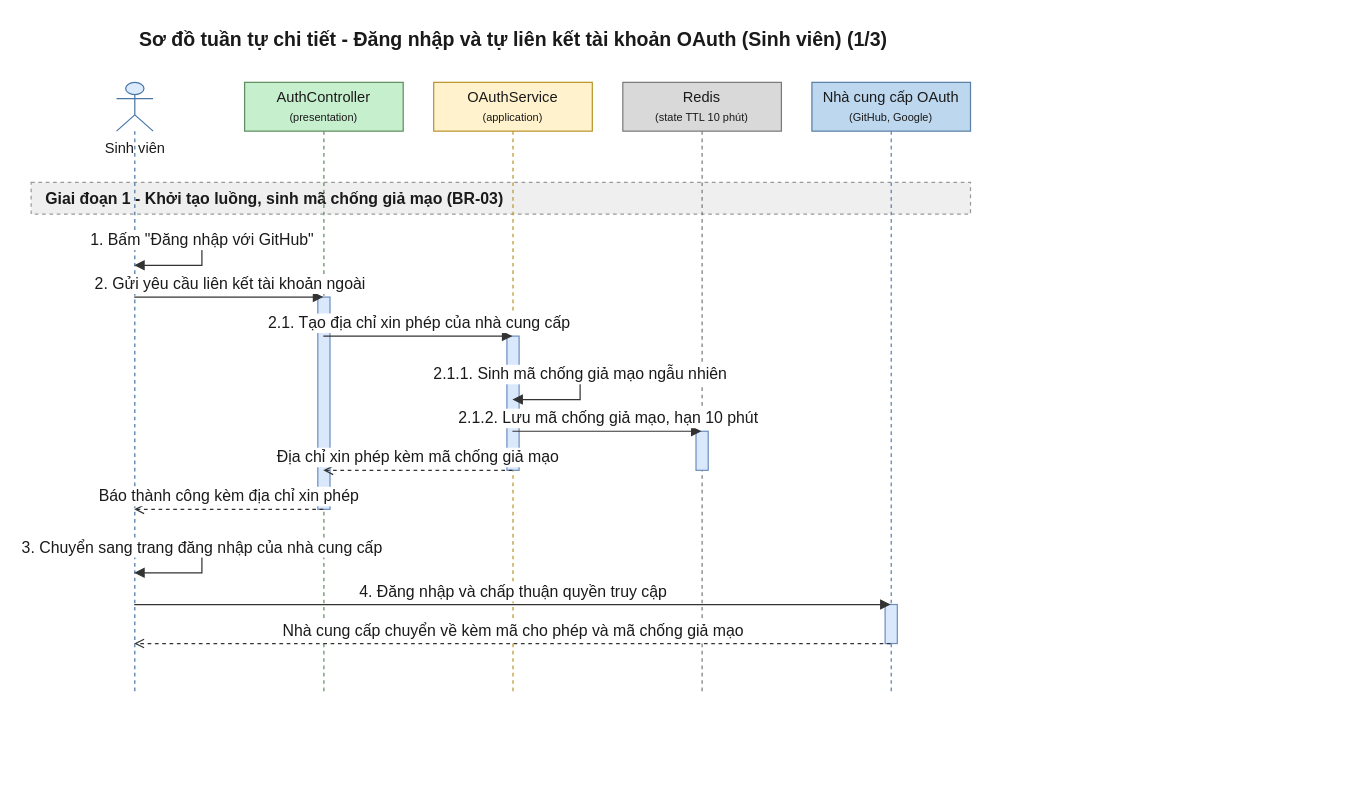
daiphu1801/PRJ_ALGOPREP keeps this draw.io diagram as 08-diagram/sequence/user/sequence_user_lien_ket_oauth_p1.drawio. Above is the earlier version. Source tidied: cells renumbered, new cells numbered last; positions are measured from the earlier drawing's top-left corner, leaving out a move shared by most shapes. Both pictures are drawn from the tidied source at 122%, with x=0, y=0 at pixel (30, 21).
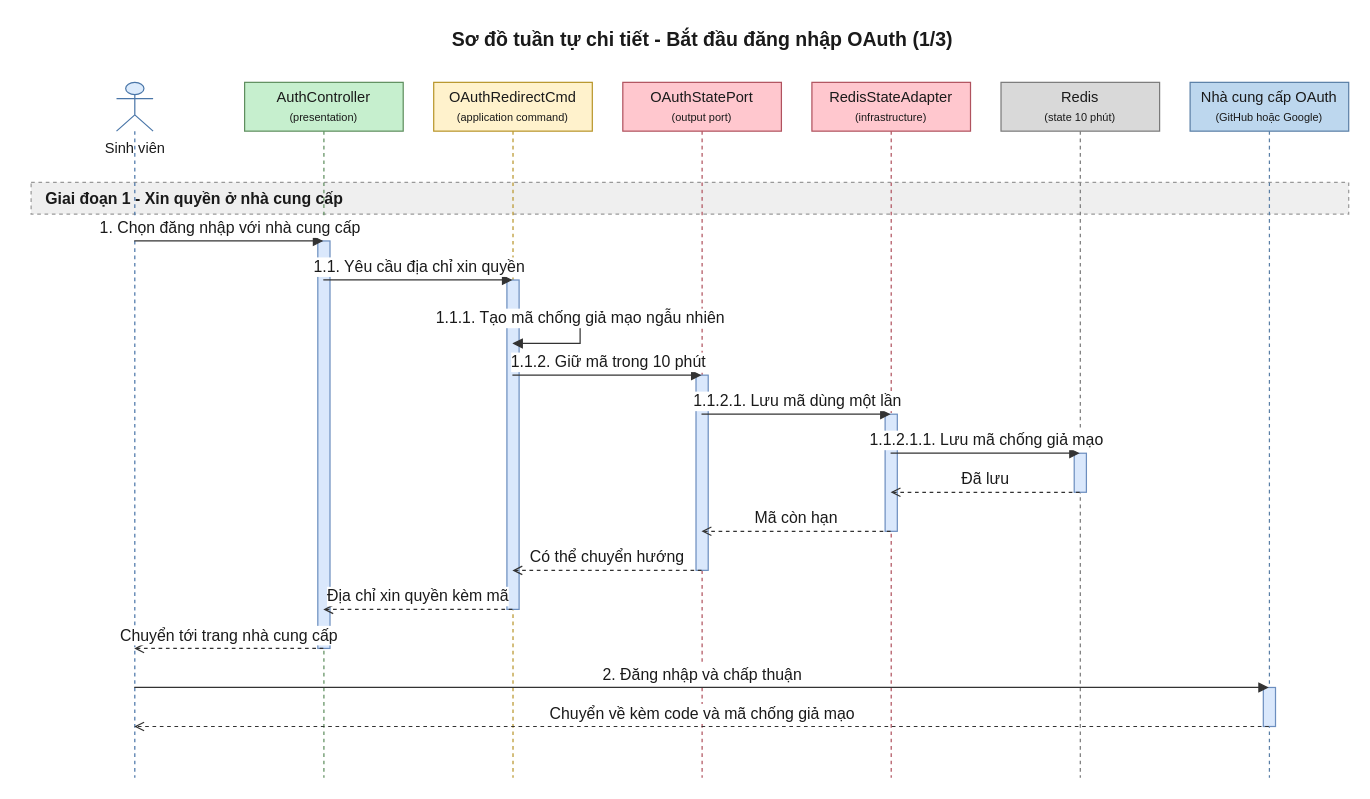
The same page after the edit.

Diff of the diagram source:
```diff
@@
-    <mxCell id="2" value="Sơ đồ tuần tự chi tiết - Đăng nhập và tự liên kết tài khoản OAuth (Sinh viên) (1/3)" style="text;html=1;fontSize=16;fontStyle=1;align=center;verticalAlign=middle;fontColor=#1A1A1A;" parent="1" vertex="1">
-      <mxGeometry x="20" width="750" height="30" as="geometry" />
+    <mxCell id="2" value="Sơ đồ tuần tự chi tiết - Bắt đầu đăng nhập OAuth (1/3)" style="text;html=1;fontSize=16;fontStyle=1;align=center;verticalAlign=middle;fontColor=#1A1A1A;" parent="1" vertex="1">
+      <mxGeometry x="20" width="1060" height="30" as="geometry" />
     </mxCell>
-    <mxCell id="3" value="Giai đoạn 1 - Khởi tạo luồng, sinh mã chống giả mạo (BR-03)" style="algoprep=phase;rounded=0;whiteSpace=wrap;html=1;fillColor=#EFEFEF;strokeColor=#999999;dashed=1;align=left;verticalAlign=middle;spacingLeft=10;fontColor=#1A1A1A;fontSize=13;fontStyle=1;" parent="1" vertex="1">
-      <mxGeometry y="132" width="770" height="26" as="geometry" />
+    <mxCell id="3" value="Giai đoạn 1 - Xin quyền ở nhà cung cấp" style="algoprep=phase;rounded=0;whiteSpace=wrap;html=1;fillColor=#EFEFEF;strokeColor=#999999;dashed=1;align=left;verticalAlign=middle;spacingLeft=10;fontColor=#1A1A1A;fontSize=13;fontStyle=1;" parent="1" vertex="1">
+      <mxGeometry y="132" width="1080" height="26" as="geometry" />
     </mxCell>
     <mxCell id="4" value="Sinh viên" style="shape=umlLifeline;participant=umlActor;perimeter=lifelinePerimeter;html=1;outlineConnect=0;size=40;verticalAlign=top;spacingTop=40;fillColor=#DCEBFC;strokeColor=#4A76A8;fontColor=#1A1A1A;" parent="1" vertex="1">
-      <mxGeometry x="70" y="50" width="30" height="502" as="geometry" />
+      <mxGeometry x="70" y="50" width="30" height="570" as="geometry" />
     </mxCell>
     <mxCell id="5" value="AuthController&lt;br&gt;&lt;font style=&quot;font-size:9px&quot;&gt;(presentation)&lt;/font&gt;" style="shape=umlLifeline;perimeter=lifelinePerimeter;whiteSpace=wrap;html=1;outlineConnect=0;size=40;fillColor=#C6EFCE;strokeColor=#5E8E5E;fontColor=#1A1A1A;" parent="1" vertex="1">
-      <mxGeometry x="175" y="50" width="130" height="502" as="geometry" />
+      <mxGeometry x="175" y="50" width="130" height="570" as="geometry" />
     </mxCell>
-    <mxCell id="6" value="OAuthService&lt;br&gt;&lt;font style=&quot;font-size:9px&quot;&gt;(application)&lt;/font&gt;" style="shape=umlLifeline;perimeter=lifelinePerimeter;whiteSpace=wrap;html=1;outlineConnect=0;size=40;fillColor=#FFF2CC;strokeColor=#B8952A;fontColor=#1A1A1A;" parent="1" vertex="1">
-      <mxGeometry x="330" y="50" width="130" height="502" as="geometry" />
+    <mxCell id="6" value="OAuthRedirectCmd&lt;br&gt;&lt;font style=&quot;font-size:9px&quot;&gt;(application command)&lt;/font&gt;" style="shape=umlLifeline;perimeter=lifelinePerimeter;whiteSpace=wrap;html=1;outlineConnect=0;size=40;fillColor=#FFF2CC;strokeColor=#B8952A;fontColor=#1A1A1A;" parent="1" vertex="1">
+      <mxGeometry x="330" y="50" width="130" height="570" as="geometry" />
     </mxCell>
-    <mxCell id="7" value="Redis&lt;br&gt;&lt;font style=&quot;font-size:9px&quot;&gt;(state TTL 10 phút)&lt;/font&gt;" style="shape=umlLifeline;perimeter=lifelinePerimeter;whiteSpace=wrap;html=1;outlineConnect=0;size=40;fillColor=#D9D9D9;strokeColor=#7A7A7A;fontColor=#1A1A1A;" parent="1" vertex="1">
-      <mxGeometry x="485" y="50" width="130" height="502" as="geometry" />
+    <mxCell id="7" value="OAuthStatePort&lt;br&gt;&lt;font style=&quot;font-size:9px&quot;&gt;(output port)&lt;/font&gt;" style="shape=umlLifeline;perimeter=lifelinePerimeter;whiteSpace=wrap;html=1;outlineConnect=0;size=40;fillColor=#FFC7CE;strokeColor=#B0525E;fontColor=#1A1A1A;" parent="1" vertex="1">
+      <mxGeometry x="485" y="50" width="130" height="570" as="geometry" />
     </mxCell>
-    <mxCell id="8" value="Nhà cung cấp OAuth&lt;br&gt;&lt;font style=&quot;font-size:9px&quot;&gt;(GitHub, Google)&lt;/font&gt;" style="shape=umlLifeline;perimeter=lifelinePerimeter;whiteSpace=wrap;html=1;outlineConnect=0;size=40;fillColor=#BDD7EE;strokeColor=#5A7FA6;fontColor=#1A1A1A;" parent="1" vertex="1">
-      <mxGeometry x="640" y="50" width="130" height="502" as="geometry" />
+    <mxCell id="8" value="RedisStateAdapter&lt;br&gt;&lt;font style=&quot;font-size:9px&quot;&gt;(infrastructure)&lt;/font&gt;" style="shape=umlLifeline;perimeter=lifelinePerimeter;whiteSpace=wrap;html=1;outlineConnect=0;size=40;fillColor=#FFC7CE;strokeColor=#B0525E;fontColor=#1A1A1A;" parent="1" vertex="1">
+      <mxGeometry x="640" y="50" width="130" height="570" as="geometry" />
     </mxCell>
-    <mxCell id="9" style="html=1;points=[[0,0,0,0,0],[0,1,0,0,0],[1,0,0,0,0],[1,1,0,0,0]];perimeter=orthogonalPerimeter;outlineConnect=0;targetShapes=umlLifeline;fillColor=#DAE8FC;strokeColor=#6C8EBF;" parent="7" vertex="1">
-      <mxGeometry x="60" y="286" width="10" height="32" as="geometry" />
+    <mxCell id="9" value="Redis&lt;br&gt;&lt;font style=&quot;font-size:9px&quot;&gt;(state 10 phút)&lt;/font&gt;" style="shape=umlLifeline;perimeter=lifelinePerimeter;whiteSpace=wrap;html=1;outlineConnect=0;size=40;fillColor=#D9D9D9;strokeColor=#7A7A7A;fontColor=#1A1A1A;" parent="1" vertex="1">
+      <mxGeometry x="795" y="50" width="130" height="570" as="geometry" />
     </mxCell>
-    <mxCell id="10" style="html=1;points=[[0,0,0,0,0],[0,1,0,0,0],[1,0,0,0,0],[1,1,0,0,0]];perimeter=orthogonalPerimeter;outlineConnect=0;targetShapes=umlLifeline;fillColor=#DAE8FC;strokeColor=#6C8EBF;" parent="6" vertex="1">
-      <mxGeometry x="60" y="208" width="10" height="110" as="geometry" />
+    <mxCell id="10" value="Nhà cung cấp OAuth&lt;br&gt;&lt;font style=&quot;font-size:9px&quot;&gt;(GitHub hoặc Google)&lt;/font&gt;" style="shape=umlLifeline;perimeter=lifelinePerimeter;whiteSpace=wrap;html=1;outlineConnect=0;size=40;fillColor=#BDD7EE;strokeColor=#5A7FA6;fontColor=#1A1A1A;" parent="1" vertex="1">
+      <mxGeometry x="950" y="50" width="130" height="570" as="geometry" />
     </mxCell>
-    <mxCell id="11" style="html=1;perimeter=orthogonalPerimeter;targetShapes=umlLifeline;fillColor=#DAE8FC;strokeColor=#6C8EBF;" parent="5" vertex="1">
-      <mxGeometry x="60" y="176" width="10" height="174" as="geometry" />
+    <mxCell id="11" style="html=1;perimeter=orthogonalPerimeter;targetShapes=umlLifeline;fillColor=#DAE8FC;strokeColor=#6C8EBF;" parent="9" vertex="1">
+      <mxGeometry x="60" y="304" width="10" height="32" as="geometry" />
     </mxCell>
     <mxCell id="12" style="html=1;perimeter=orthogonalPerimeter;targetShapes=umlLifeline;fillColor=#DAE8FC;strokeColor=#6C8EBF;" parent="8" vertex="1">
-      <mxGeometry x="60" y="428" width="10" height="32" as="geometry" />
+      <mxGeometry x="60" y="272" width="10" height="96" as="geometry" />
     </mxCell>
-    <mxCell id="13" value="1. Bấm &quot;Đăng nhập với GitHub&quot;" style="edgeStyle=orthogonalEdgeStyle;rounded=0;html=1;endArrow=block;endFill=1;strokeColor=#333333;fontColor=#1A1A1A;fontSize=13;verticalAlign=bottom;exitX=0.5;exitY=0.2590;exitDx=0;exitDy=0;entryX=0.5;entryY=0.2988;entryDx=0;entryDy=0;" parent="1" edge="1" source="4" target="4">
-      <mxGeometry relative="1" as="geometry">
-        <Array as="points">
-          <mxPoint x="140" y="180" />
-          <mxPoint x="140" y="200" />
-        </Array>
-      </mxGeometry>
-    </mxCell>
-    <mxCell id="14" value="2. Gửi yêu cầu liên kết tài khoản ngoài" style="edgeStyle=none;html=1;endArrow=block;endFill=1;strokeColor=#333333;fontColor=#1A1A1A;fontSize=13;verticalAlign=bottom;exitX=0.5;exitY=0.3506;exitDx=0;exitDy=0;entryX=0.5;entryY=0.3506;entryDx=0;entryDy=0;" parent="1" edge="1" source="4" target="5">
-      <mxGeometry relative="1" as="geometry" />
-    </mxCell>
-    <mxCell id="15" value="2.1. Tạo địa chỉ xin phép của nhà cung cấp" style="edgeStyle=none;html=1;endArrow=block;endFill=1;strokeColor=#333333;fontColor=#1A1A1A;fontSize=13;verticalAlign=bottom;exitX=0.5;exitY=0.4143;exitDx=0;exitDy=0;entryX=0.5;entryY=0.4143;entryDx=0;entryDy=0;" parent="1" edge="1" source="5" target="6">
-      <mxGeometry relative="1" as="geometry" />
-    </mxCell>
-    <mxCell id="16" value="2.1.1. Sinh mã chống giả mạo ngẫu nhiên" style="edgeStyle=orthogonalEdgeStyle;rounded=0;html=1;endArrow=block;endFill=1;strokeColor=#333333;fontColor=#1A1A1A;fontSize=13;verticalAlign=bottom;exitX=0.5;exitY=0.4781;exitDx=0;exitDy=0;entryX=0.5;entryY=0.5179;entryDx=0;entryDy=0;" parent="1" edge="1" source="6" target="6">
-      <mxGeometry relative="1" as="geometry">
-        <Array as="points">
-          <mxPoint x="450" y="290" />
-          <mxPoint x="450" y="310" />
-        </Array>
-      </mxGeometry>
-    </mxCell>
+    <mxCell id="23" style="html=1;perimeter=orthogonalPerimeter;targetShapes=umlLifeline;fillColor=#DAE8FC;strokeColor=#6C8EBF;" parent="7" vertex="1">
+      <mxGeometry x="60" y="240" width="10" height="160" as="geometry" />
+    </mxCell>
+    <mxCell id="24" style="html=1;perimeter=orthogonalPerimeter;targetShapes=umlLifeline;fillColor=#DAE8FC;strokeColor=#6C8EBF;" parent="6" vertex="1">
+      <mxGeometry x="60" y="162" width="10" height="270" as="geometry" />
+    </mxCell>
+    <mxCell id="25" style="html=1;perimeter=orthogonalPerimeter;targetShapes=umlLifeline;fillColor=#DAE8FC;strokeColor=#6C8EBF;" parent="5" vertex="1">
+      <mxGeometry x="60" y="130" width="10" height="334" as="geometry" />
+    </mxCell>
+    <mxCell id="26" style="html=1;perimeter=orthogonalPerimeter;targetShapes=umlLifeline;fillColor=#DAE8FC;strokeColor=#6C8EBF;" parent="10" vertex="1">
+      <mxGeometry x="60" y="496" width="10" height="32" as="geometry" />
+    </mxCell>
-    <mxCell id="17" value="2.1.2. Lưu mã chống giả mạo, hạn 10 phút" style="edgeStyle=none;html=1;endArrow=block;endFill=1;strokeColor=#333333;fontColor=#1A1A1A;fontSize=13;verticalAlign=bottom;exitX=0.5;exitY=0.5697;exitDx=0;exitDy=0;entryX=0.5;entryY=0.5697;entryDx=0;entryDy=0;" parent="1" edge="1" source="6" target="7">
+    <mxCell id="17" value="1. Chọn đăng nhập với nhà cung cấp" style="edgeStyle=none;html=1;endArrow=block;endFill=1;strokeColor=#333333;fontColor=#1A1A1A;fontSize=13;verticalAlign=bottom;exitX=0.5;exitY=0.2281;exitDx=0;exitDy=0;entryX=0.5;entryY=0.2281;entryDx=0;entryDy=0;" parent="1" edge="1" source="4" target="5">
       <mxGeometry relative="1" as="geometry" />
     </mxCell>
-    <mxCell id="18" value="Địa chỉ xin phép kèm mã chống giả mạo" style="edgeStyle=none;html=1;endArrow=open;endFill=0;dashed=1;strokeColor=#333333;fontColor=#1A1A1A;fontSize=13;verticalAlign=bottom;exitX=0.5;exitY=0.6335;exitDx=0;exitDy=0;entryX=0.5;entryY=0.6335;entryDx=0;entryDy=0;" parent="1" edge="1" source="6" target="5">
+    <mxCell id="18" value="1.1. Yêu cầu địa chỉ xin quyền" style="edgeStyle=none;html=1;endArrow=block;endFill=1;strokeColor=#333333;fontColor=#1A1A1A;fontSize=13;verticalAlign=bottom;exitX=0.5;exitY=0.2842;exitDx=0;exitDy=0;entryX=0.5;entryY=0.2842;entryDx=0;entryDy=0;" parent="1" edge="1" source="5" target="6">
       <mxGeometry relative="1" as="geometry" />
     </mxCell>
-    <mxCell id="19" value="Báo thành công kèm địa chỉ xin phép" style="edgeStyle=none;html=1;endArrow=open;endFill=0;dashed=1;strokeColor=#333333;fontColor=#1A1A1A;fontSize=13;verticalAlign=bottom;exitX=0.5;exitY=0.6972;exitDx=0;exitDy=0;entryX=0.5;entryY=0.6972;entryDx=0;entryDy=0;" parent="1" edge="1" source="5" target="4">
-      <mxGeometry relative="1" as="geometry" />
+    <mxCell id="19" value="1.1.1. Tạo mã chống giả mạo ngẫu nhiên" style="edgeStyle=orthogonalEdgeStyle;rounded=0;html=1;endArrow=block;endFill=1;strokeColor=#333333;fontColor=#1A1A1A;fontSize=13;verticalAlign=bottom;exitX=0.5;exitY=0.3404;exitDx=0;exitDy=0;entryX=0.5;entryY=0.3754;entryDx=0;entryDy=0;" parent="1" edge="1" source="6" target="6">
+      <mxGeometry relative="1" as="geometry">
+        <Array as="points">
+          <mxPoint x="450" y="244" />
+          <mxPoint x="450" y="264" />
+        </Array>
+      </mxGeometry>
     </mxCell>
-    <mxCell id="20" value="3. Chuyển sang trang đăng nhập của nhà cung cấp" style="edgeStyle=orthogonalEdgeStyle;rounded=0;html=1;endArrow=block;endFill=1;strokeColor=#333333;fontColor=#1A1A1A;fontSize=13;verticalAlign=bottom;exitX=0.5;exitY=0.7610;exitDx=0;exitDy=0;entryX=0.5;entryY=0.8008;entryDx=0;entryDy=0;" parent="1" edge="1" source="4" target="4">
-      <mxGeometry relative="1" as="geometry">
-        <Array as="points">
-          <mxPoint x="140" y="432" />
-          <mxPoint x="140" y="452" />
-        </Array>
-      </mxGeometry>
+    <mxCell id="20" value="1.1.2. Giữ mã trong 10 phút" style="edgeStyle=none;html=1;endArrow=block;endFill=1;strokeColor=#333333;fontColor=#1A1A1A;fontSize=13;verticalAlign=bottom;exitX=0.5;exitY=0.4211;exitDx=0;exitDy=0;entryX=0.5;entryY=0.4211;entryDx=0;entryDy=0;" parent="1" edge="1" source="6" target="7">
+      <mxGeometry relative="1" as="geometry" />
     </mxCell>
-    <mxCell id="21" value="4. Đăng nhập và chấp thuận quyền truy cập" style="edgeStyle=none;html=1;endArrow=block;endFill=1;strokeColor=#333333;fontColor=#1A1A1A;fontSize=13;verticalAlign=bottom;exitX=0.5;exitY=0.8526;exitDx=0;exitDy=0;entryX=0.5;entryY=0.8526;entryDx=0;entryDy=0;" parent="1" edge="1" source="4" target="8">
+    <mxCell id="21" value="1.1.2.1. Lưu mã dùng một lần" style="edgeStyle=none;html=1;endArrow=block;endFill=1;strokeColor=#333333;fontColor=#1A1A1A;fontSize=13;verticalAlign=bottom;exitX=0.5;exitY=0.4772;exitDx=0;exitDy=0;entryX=0.5;entryY=0.4772;entryDx=0;entryDy=0;" parent="1" edge="1" source="7" target="8">
       <mxGeometry relative="1" as="geometry" />
     </mxCell>
-    <mxCell id="22" value="Nhà cung cấp chuyển về kèm mã cho phép và mã chống giả mạo" style="edgeStyle=none;html=1;endArrow=open;endFill=0;dashed=1;strokeColor=#333333;fontColor=#1A1A1A;fontSize=13;verticalAlign=bottom;exitX=0.5;exitY=0.9163;exitDx=0;exitDy=0;entryX=0.5;entryY=0.9163;entryDx=0;entryDy=0;" parent="1" edge="1" source="8" target="4">
+    <mxCell id="22" value="1.1.2.1.1. Lưu mã chống giả mạo" style="edgeStyle=none;html=1;endArrow=block;endFill=1;strokeColor=#333333;fontColor=#1A1A1A;fontSize=13;verticalAlign=bottom;exitX=0.5;exitY=0.5333;exitDx=0;exitDy=0;entryX=0.5;entryY=0.5333;entryDx=0;entryDy=0;" parent="1" edge="1" source="8" target="9">
       <mxGeometry relative="1" as="geometry" />
     </mxCell>
+    <mxCell id="27" value="Đã lưu" style="edgeStyle=none;html=1;endArrow=open;endFill=0;dashed=1;strokeColor=#333333;fontColor=#1A1A1A;fontSize=13;verticalAlign=bottom;exitX=0.5;exitY=0.5895;exitDx=0;exitDy=0;entryX=0.5;entryY=0.5895;entryDx=0;entryDy=0;" parent="1" edge="1" source="9" target="8">
+      <mxGeometry relative="1" as="geometry" />
+    </mxCell>
+    <mxCell id="28" value="Mã còn hạn" style="edgeStyle=none;html=1;endArrow=open;endFill=0;dashed=1;strokeColor=#333333;fontColor=#1A1A1A;fontSize=13;verticalAlign=bottom;exitX=0.5;exitY=0.6456;exitDx=0;exitDy=0;entryX=0.5;entryY=0.6456;entryDx=0;entryDy=0;" parent="1" edge="1" source="8" target="7">
+      <mxGeometry relative="1" as="geometry" />
+    </mxCell>
+    <mxCell id="29" value="Có thể chuyển hướng" style="edgeStyle=none;html=1;endArrow=open;endFill=0;dashed=1;strokeColor=#333333;fontColor=#1A1A1A;fontSize=13;verticalAlign=bottom;exitX=0.5;exitY=0.7018;exitDx=0;exitDy=0;entryX=0.5;entryY=0.7018;entryDx=0;entryDy=0;" parent="1" edge="1" source="7" target="6">
+      <mxGeometry relative="1" as="geometry" />
+    </mxCell>
+    <mxCell id="30" value="Địa chỉ xin quyền kèm mã" style="edgeStyle=none;html=1;endArrow=open;endFill=0;dashed=1;strokeColor=#333333;fontColor=#1A1A1A;fontSize=13;verticalAlign=bottom;exitX=0.5;exitY=0.7579;exitDx=0;exitDy=0;entryX=0.5;entryY=0.7579;entryDx=0;entryDy=0;" parent="1" edge="1" source="6" target="5">
+      <mxGeometry relative="1" as="geometry" />
+    </mxCell>
+    <mxCell id="31" value="Chuyển tới trang nhà cung cấp" style="edgeStyle=none;html=1;endArrow=open;endFill=0;dashed=1;strokeColor=#333333;fontColor=#1A1A1A;fontSize=13;verticalAlign=bottom;exitX=0.5;exitY=0.8140;exitDx=0;exitDy=0;entryX=0.5;entryY=0.8140;entryDx=0;entryDy=0;" parent="1" edge="1" source="5" target="4">
+      <mxGeometry relative="1" as="geometry" />
+    </mxCell>
+    <mxCell id="32" value="2. Đăng nhập và chấp thuận" style="edgeStyle=none;html=1;endArrow=block;endFill=1;strokeColor=#333333;fontColor=#1A1A1A;fontSize=13;verticalAlign=bottom;exitX=0.5;exitY=0.8702;exitDx=0;exitDy=0;entryX=0.5;entryY=0.8702;entryDx=0;entryDy=0;" parent="1" edge="1" source="4" target="10">
+      <mxGeometry relative="1" as="geometry" />
+    </mxCell>
+    <mxCell id="33" value="Chuyển về kèm code và mã chống giả mạo" style="edgeStyle=none;html=1;endArrow=open;endFill=0;dashed=1;strokeColor=#333333;fontColor=#1A1A1A;fontSize=13;verticalAlign=bottom;exitX=0.5;exitY=0.9263;exitDx=0;exitDy=0;entryX=0.5;entryY=0.9263;entryDx=0;entryDy=0;" parent="1" edge="1" source="10" target="4">
+      <mxGeometry relative="1" as="geometry" />
+    </mxCell>
```
